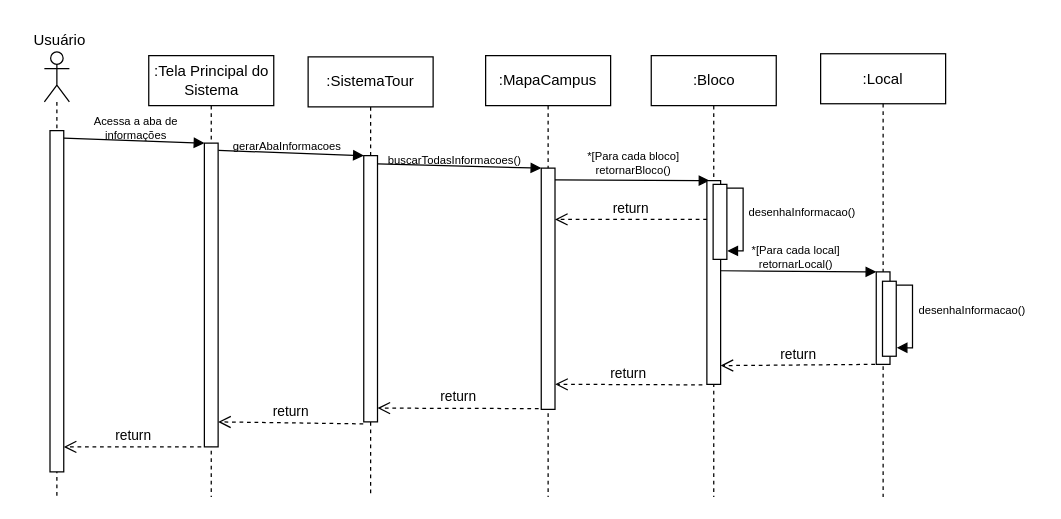
Gigagiga1234/Tour-Virtual keeps this draw.io diagram as DiagramaDeSequencia-AcessarAbaDeInformacoes.drawio. Above is the earlier version. Source tidied: cells renumbered, new cells numbered last; positions are measured from the earlier drawing's top-left corner, leaving out a move shared by most shapes. Both pictures are drawn from the tidied source at 125%, with x=0, y=0 at pixel (21, 21).
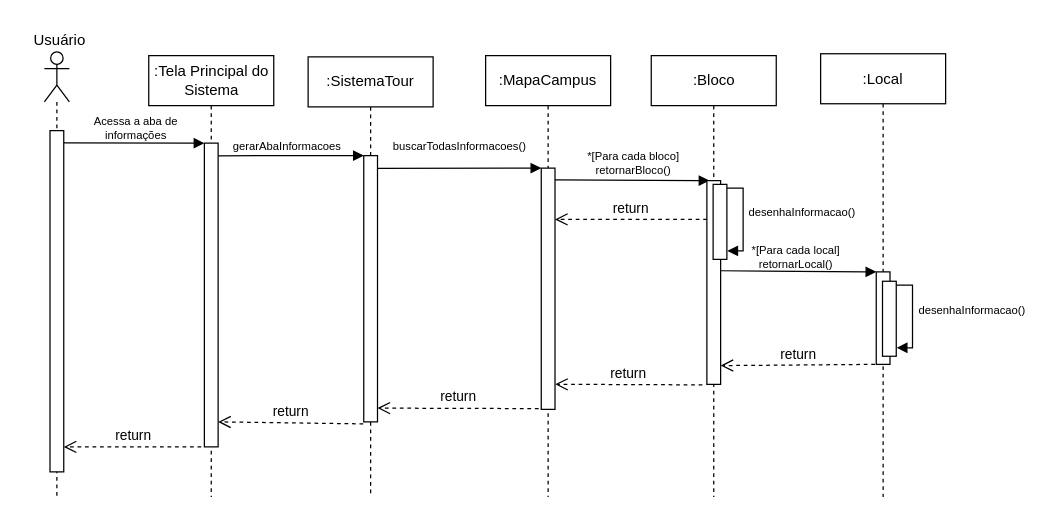
Above is the later version.

Unchanged cells that the change refers to:
```xml
<mxCell id="3" style="rounded=0;whiteSpace=wrap;html=1;" parent="1" vertex="1">
  <mxGeometry x="415.5" y="117" width="11" height="193" as="geometry" />
</mxCell>
<mxCell id="5" value="gerarAbaInformacoes" style="text;html=1;align=center;verticalAlign=middle;points=[];strokeColor=none;fillColor=none;fontSize=9;" parent="1" vertex="1">
  <mxGeometry x="157" y="90" width="110" height="20" as="geometry" />
</mxCell>
<mxCell id="8" style="rounded=0;whiteSpace=wrap;html=1;" parent="1" vertex="1">
  <mxGeometry x="22.5" y="87" width="11" height="273" as="geometry" />
</mxCell>
<mxCell id="10" style="rounded=0;whiteSpace=wrap;html=1;" parent="1" vertex="1">
  <mxGeometry x="146" y="97" width="11" height="243" as="geometry" />
</mxCell>
<mxCell id="21" style="rounded=0;whiteSpace=wrap;html=1;" parent="1" vertex="1">
  <mxGeometry x="273.5" y="107" width="11" height="213" as="geometry" />
</mxCell>
```

The edit, as a diff of the source:
```diff
@@
-    <mxCell id="11" style="endArrow=block;html=1;rounded=0;exitX=1.003;exitY=0.022;exitDx=0;exitDy=0;exitPerimeter=0;entryX=0;entryY=0;entryDx=0;entryDy=0;endFill=1;" parent="1" edge="1" source="8" target="10">
+    <mxCell id="11" style="endArrow=block;html=1;rounded=0;exitX=0.997;exitY=0.036;exitDx=0;exitDy=0;exitPerimeter=0;entryX=0;entryY=0;entryDx=0;entryDy=0;endFill=1;" parent="1" edge="1" source="8" target="10">
       <mxGeometry relative="1" as="geometry" />
     </mxCell>
-    <mxCell id="12" style="endArrow=block;html=1;rounded=0;exitX=1.023;exitY=0.024;exitDx=0;exitDy=0;exitPerimeter=0;entryX=0;entryY=0;entryDx=0;entryDy=0;endFill=1;" parent="1" edge="1" source="10" target="21">
+    <mxCell id="12" style="endArrow=block;html=1;rounded=0;exitX=0.001;exitY=0.856;exitDx=0;exitDy=0;exitPerimeter=0;entryX=0;entryY=0;entryDx=0;entryDy=0;endFill=1;" parent="1" edge="1" source="5" target="21">
       <mxGeometry relative="1" as="geometry" />
     </mxCell>
@@
-    <mxCell id="22" style="endArrow=block;html=1;rounded=0;entryX=0;entryY=0;entryDx=0;entryDy=0;endFill=1;exitX=0.998;exitY=0.031;exitDx=0;exitDy=0;exitPerimeter=0;" parent="1" edge="1" source="21" target="3">
+    <mxCell id="22" style="endArrow=block;html=1;rounded=0;entryX=0;entryY=0;entryDx=0;entryDy=0;endFill=1;exitX=0.978;exitY=0.048;exitDx=0;exitDy=0;exitPerimeter=0;" parent="1" edge="1" source="21" target="3">
       <mxGeometry relative="1" as="geometry" />
     </mxCell>
     <mxCell id="23" value="buscarTodasInformacoes()" style="text;html=1;align=center;verticalAlign=middle;strokeColor=none;fillColor=none;fontSize=9;" parent="1" vertex="1">
-      <mxGeometry x="281" y="101" width="130" height="20" as="geometry" />
+      <mxGeometry x="284.5" y="90" width="130" height="20" as="geometry" />
     </mxCell>
```
